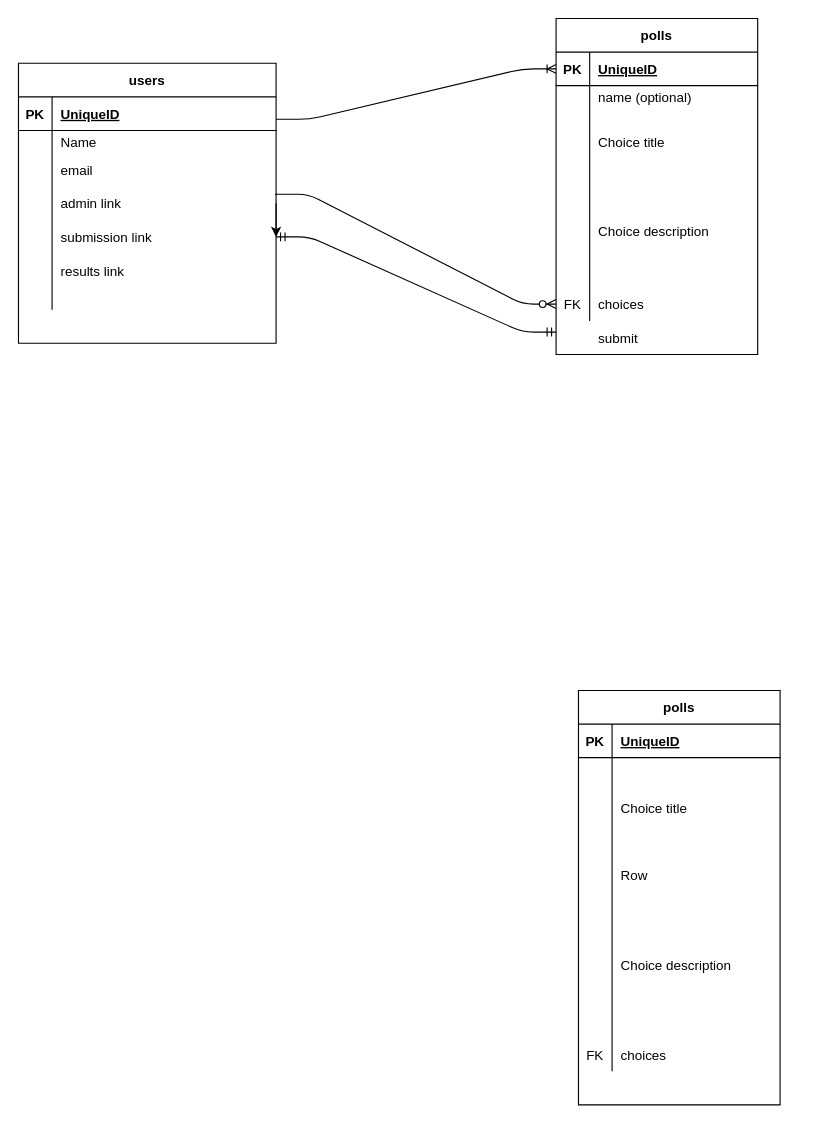
k2pbac/midterm keeps this draw.io diagram as Untitled Diagram.drawio. Above is the earlier version. Source tidied: cells renumbered, new cells numbered last; positions are measured from the earlier drawing's top-left corner, leaving out a move shared by most shapes. Both pictures are drawn from the tidied source at 112%, with x=0, y=0 at pixel (18, 18).
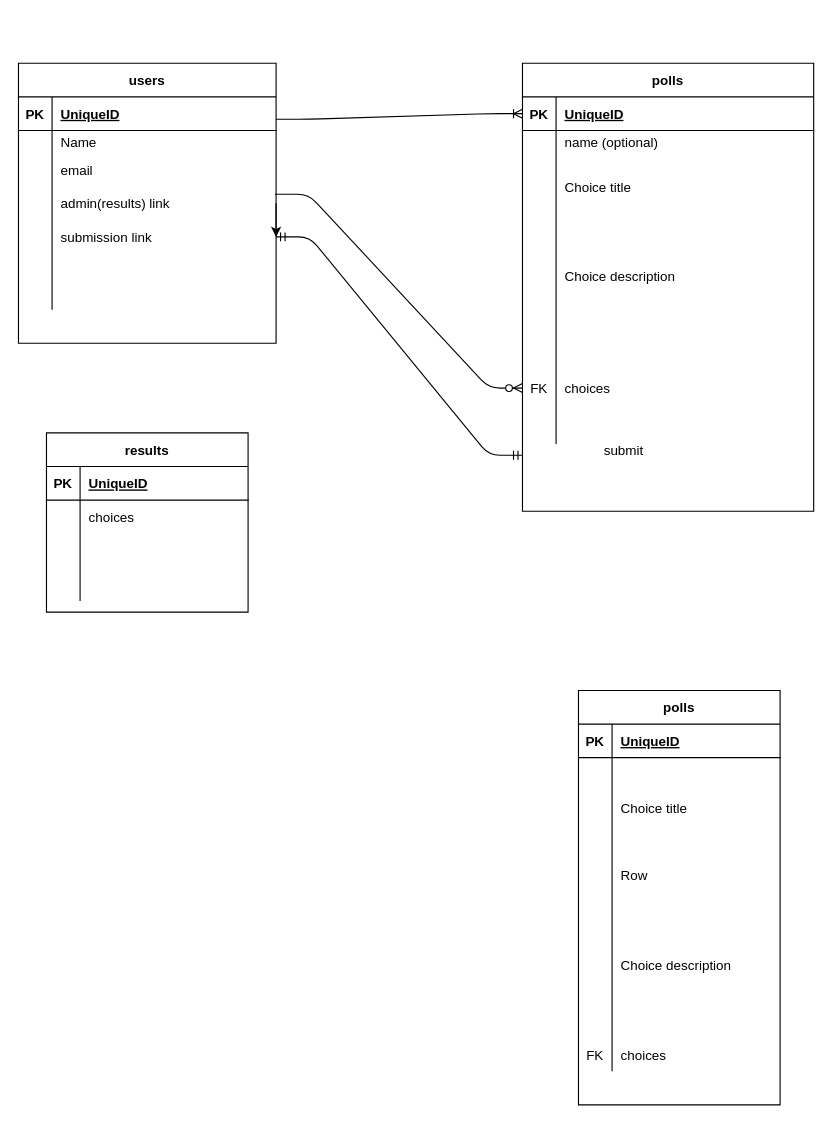
The same diagram, later.

Unchanged cells that the change refers to:
```xml
<mxCell id="13" style="shape=partialRectangle;fillColor=none;top=0;left=0;bottom=0;right=0;points=[[0,0.5],[1,0.5]];portConstraint=eastwest;" parent="2" vertex="1">
  <mxGeometry y="110" width="230" height="30" as="geometry" />
</mxCell>
<mxCell id="16" style="shape=partialRectangle;fillColor=none;top=0;left=0;bottom=0;right=0;points=[[0,0.5],[1,0.5]];portConstraint=eastwest;" parent="2" vertex="1">
  <mxGeometry y="140" width="230" height="30" as="geometry" />
</mxCell>
<mxCell id="19" style="shape=partialRectangle;fillColor=none;top=0;left=0;bottom=0;right=0;" parent="2" vertex="1">
  <mxGeometry y="170" width="230" height="30" as="geometry" />
</mxCell>
```

What changed in the source:
```diff
@@
-    <mxCell id="15" value="admin link" style="shape=partialRectangle;fillColor=none;top=0;left=0;bottom=0;right=0;align=left;spacingLeft=6;overflow=hidden;" parent="13" vertex="1">
+    <mxCell id="15" value="admin(results) link" style="shape=partialRectangle;fillColor=none;top=0;left=0;bottom=0;right=0;align=left;spacingLeft=6;overflow=hidden;" parent="13" vertex="1">
       <mxGeometry x="30" width="200" height="30" as="geometry" />
     </mxCell>
@@
-    <mxCell id="21" value="results link" style="shape=partialRectangle;fillColor=none;top=0;left=0;bottom=0;right=0;align=left;spacingLeft=6;overflow=hidden;" parent="19" vertex="1">
+    <mxCell id="21" style="shape=partialRectangle;fillColor=none;top=0;left=0;bottom=0;right=0;align=left;spacingLeft=6;overflow=hidden;" parent="19" vertex="1">
       <mxGeometry x="30" width="200" height="30" as="geometry" />
     </mxCell>
@@
     <mxCell id="25" value="polls" style="shape=table;startSize=30;childLayout=tableLayout;rowLines=0;fontStyle=1;align=center;" parent="1" vertex="1">
-      <mxGeometry x="480" width="180" height="300" as="geometry" />
+      <mxGeometry x="450" y="40" width="260" height="400" as="geometry" />
     </mxCell>
     <mxCell id="26" style="shape=partialRectangle;fillColor=none;top=0;left=0;bottom=1;right=0;points=[[0,0.5],[1,0.5]];portConstraint=eastwest;" parent="25" vertex="1">
-      <mxGeometry y="30" width="180" height="30" as="geometry" />
+      <mxGeometry y="30" width="260" height="30" as="geometry" />
     </mxCell>
@@
     <mxCell id="28" value="UniqueID" style="shape=partialRectangle;fillColor=none;top=0;left=0;bottom=0;right=0;align=left;spacingLeft=6;fontStyle=5;overflow=hidden;" parent="26" vertex="1">
-      <mxGeometry x="30" width="150" height="30" as="geometry" />
+      <mxGeometry x="30" width="230" height="30" as="geometry" />
     </mxCell>
     <mxCell id="29" style="shape=partialRectangle;fillColor=none;top=0;left=0;bottom=0;right=0;" parent="25" vertex="1">
-      <mxGeometry y="60" width="180" height="20" as="geometry" />
+      <mxGeometry y="60" width="260" height="20" as="geometry" />
     </mxCell>
@@
     <mxCell id="31" value="name (optional)" style="shape=partialRectangle;fillColor=none;top=0;left=0;bottom=0;right=0;align=left;spacingLeft=6;overflow=hidden;" parent="29" vertex="1">
-      <mxGeometry x="30" width="150" height="20" as="geometry" />
+      <mxGeometry x="30" width="230" height="20" as="geometry" />
     </mxCell>
     <mxCell id="32" style="shape=partialRectangle;fillColor=none;top=0;left=0;bottom=0;right=0;" parent="25" vertex="1">
-      <mxGeometry y="80" width="180" height="60" as="geometry" />
+      <mxGeometry y="80" width="260" height="60" as="geometry" />
     </mxCell>
@@
     <mxCell id="34" value="Choice title" style="shape=partialRectangle;fillColor=none;top=0;left=0;bottom=0;right=0;align=left;spacingLeft=6;overflow=hidden;" parent="32" vertex="1">
-      <mxGeometry x="30" width="150" height="60" as="geometry" />
+      <mxGeometry x="30" width="230" height="60" as="geometry" />
     </mxCell>
     <mxCell id="35" style="shape=partialRectangle;fillColor=none;top=0;left=0;bottom=0;right=0;" parent="25" vertex="1">
-      <mxGeometry y="140" width="180" height="100" as="geometry" />
+      <mxGeometry y="140" width="260" height="100" as="geometry" />
     </mxCell>
@@
     <mxCell id="37" value="Choice description" style="shape=partialRectangle;fillColor=none;top=0;left=0;bottom=0;right=0;align=left;spacingLeft=6;overflow=hidden;" parent="35" vertex="1">
-      <mxGeometry x="30" width="150" height="100" as="geometry" />
+      <mxGeometry x="30" width="230" height="100" as="geometry" />
     </mxCell>
     <mxCell id="38" style="shape=partialRectangle;fillColor=none;top=0;left=0;bottom=0;right=0;points=[[0,0.5],[1,0.5]];portConstraint=eastwest;" parent="25" vertex="1">
-      <mxGeometry y="240" width="180" height="30" as="geometry" />
+      <mxGeometry y="240" width="260" height="100" as="geometry" />
     </mxCell>
     <mxCell id="39" value="FK" style="shape=partialRectangle;fillColor=none;top=0;left=0;bottom=0;right=0;overflow=hidden;" parent="38" vertex="1">
-      <mxGeometry width="30" height="30" as="geometry" />
+      <mxGeometry width="30" height="100" as="geometry" />
     </mxCell>
     <mxCell id="40" value="choices" style="shape=partialRectangle;fillColor=none;top=0;left=0;bottom=0;right=0;align=left;spacingLeft=6;overflow=hidden;" parent="38" vertex="1">
-      <mxGeometry x="30" width="150" height="30" as="geometry" />
+      <mxGeometry x="30" width="230" height="100" as="geometry" />
     </mxCell>
@@
     <mxCell id="59" value="submit" style="shape=partialRectangle;fillColor=none;top=0;left=0;bottom=0;right=0;align=left;spacingLeft=6;overflow=hidden;" parent="1" vertex="1">
-      <mxGeometry x="510" y="270" width="150" height="30" as="geometry" />
+      <mxGeometry x="515" y="370" width="150" height="30" as="geometry" />
     </mxCell>
     <mxCell id="60" style="edgeStyle=entityRelationEdgeStyle;fontSize=12;html=1;endArrow=ERmandOne;startArrow=ERmandOne;exitX=1;exitY=0.5;exitDx=0;exitDy=0;" parent="1" edge="1" source="16">
       <mxGeometry relative="1" as="geometry">
-        <mxPoint x="480" y="280" as="targetPoint" />
+        <mxPoint x="450" y="390" as="targetPoint" />
       </mxGeometry>
     </mxCell>
+    <mxCell id="61" value="results" style="shape=table;startSize=30;childLayout=tableLayout;rowLines=0;fontStyle=1;align=center;" parent="1" vertex="1">
+      <mxGeometry x="25" y="370" width="180" height="160" as="geometry" />
+    </mxCell>
+    <mxCell id="62" style="shape=partialRectangle;fillColor=none;top=0;left=0;bottom=1;right=0;" parent="61" vertex="1">
+      <mxGeometry y="30" width="180" height="30" as="geometry" />
+    </mxCell>
+    <mxCell id="63" value="PK" style="shape=partialRectangle;fillColor=none;top=0;left=0;bottom=0;right=0;fontStyle=1;overflow=hidden;" parent="62" vertex="1">
+      <mxGeometry width="30" height="30" as="geometry" />
+    </mxCell>
+    <mxCell id="64" value="UniqueID" style="shape=partialRectangle;fillColor=none;top=0;left=0;bottom=0;right=0;align=left;spacingLeft=6;fontStyle=5;overflow=hidden;" parent="62" vertex="1">
+      <mxGeometry x="30" width="150" height="30" as="geometry" />
+    </mxCell>
+    <mxCell id="65" style="shape=partialRectangle;fillColor=none;top=0;left=0;bottom=0;right=0;" parent="61" vertex="1">
+      <mxGeometry y="60" width="180" height="30" as="geometry" />
+    </mxCell>
+    <mxCell id="66" style="shape=partialRectangle;fillColor=none;top=0;left=0;bottom=0;right=0;overflow=hidden;" parent="65" vertex="1">
+      <mxGeometry width="30" height="30" as="geometry" />
+    </mxCell>
+    <mxCell id="67" value="choices" style="shape=partialRectangle;fillColor=none;top=0;left=0;bottom=0;right=0;align=left;spacingLeft=6;overflow=hidden;" parent="65" vertex="1">
+      <mxGeometry x="30" width="150" height="30" as="geometry" />
+    </mxCell>
+    <mxCell id="68" style="shape=partialRectangle;fillColor=none;top=0;left=0;bottom=0;right=0;" parent="61" vertex="1">
+      <mxGeometry y="90" width="180" height="30" as="geometry" />
+    </mxCell>
+    <mxCell id="69" style="shape=partialRectangle;fillColor=none;top=0;left=0;bottom=0;right=0;overflow=hidden;" parent="68" vertex="1">
+      <mxGeometry width="30" height="30" as="geometry" />
+    </mxCell>
+    <mxCell id="70" style="shape=partialRectangle;fillColor=none;top=0;left=0;bottom=0;right=0;align=left;spacingLeft=6;overflow=hidden;" parent="68" vertex="1">
+      <mxGeometry x="30" width="150" height="30" as="geometry" />
+    </mxCell>
+    <mxCell id="71" style="shape=partialRectangle;fillColor=none;top=0;left=0;bottom=0;right=0;" parent="61" vertex="1">
+      <mxGeometry y="120" width="180" height="30" as="geometry" />
+    </mxCell>
+    <mxCell id="72" style="shape=partialRectangle;fillColor=none;top=0;left=0;bottom=0;right=0;overflow=hidden;" parent="71" vertex="1">
+      <mxGeometry width="30" height="30" as="geometry" />
+    </mxCell>
+    <mxCell id="73" style="shape=partialRectangle;fillColor=none;top=0;left=0;bottom=0;right=0;align=left;spacingLeft=6;overflow=hidden;" parent="71" vertex="1">
+      <mxGeometry x="30" width="150" height="30" as="geometry" />
+    </mxCell>
```
